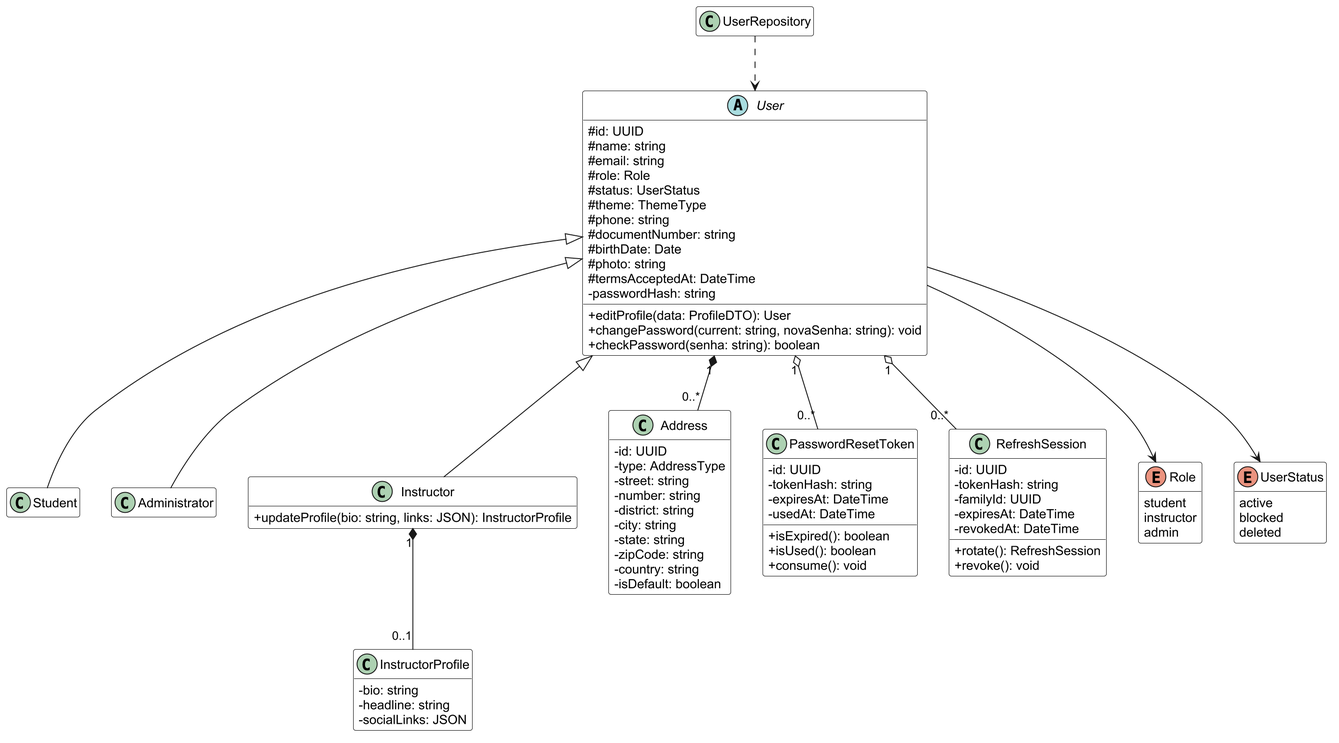
Plataforma-de-Cursos-TCC/plataforma-cursos-docs keeps this PlantUML diagram as especificacao/diagramas/13-classes-area-a-negocial.png. Above is the earlier version.
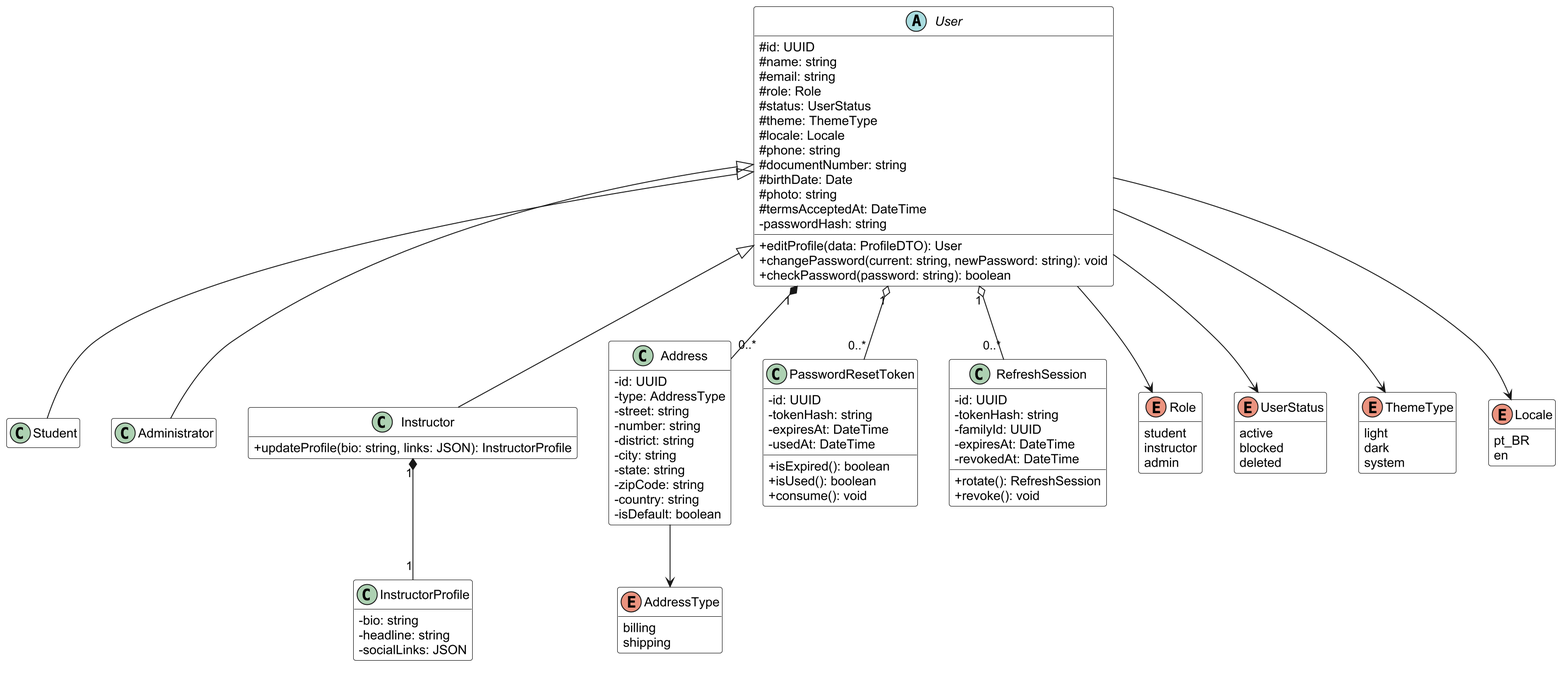
The same file after the commit.

Commit message:
docs(item-13): add DTOs, enums and i18n to the Area A class diagrams

Change to the diagram source:
```diff
@@ -17,6 +17,7 @@
     #role: Role
     #status: UserStatus
     #theme: ThemeType
+    #locale: Locale
     #phone: string
     #documentNumber: string
     #birthDate: Date
@@ -24,8 +25,8 @@
     #termsAcceptedAt: DateTime
     -passwordHash: string
     +editProfile(data: ProfileDTO): User
-    +changePassword(current: string, novaSenha: string): void
-    +checkPassword(senha: string): boolean
+    +changePassword(current: string, newPassword: string): void
+    +checkPassword(password: string): boolean
   }
   class Student
   class Administrator
@@ -77,15 +78,30 @@
     blocked
     deleted
   }
+  enum ThemeType {
+    light
+    dark
+    system
+  }
+  enum Locale {
+    pt_BR
+    en
+  }
+  enum AddressType {
+    billing
+    shipping
+  }
 
 User <|-- Student
 User <|-- Instructor
 User <|-- Administrator
 User "1" *-- "0..*" Address
-Instructor "1" *-- "0..1" InstructorProfile
+Instructor "1" *-- "1" InstructorProfile
 User "1" o-- "0..*" PasswordResetToken
 User "1" o-- "0..*" RefreshSession
 User --> Role
 User --> UserStatus
-UserRepository ..> User
+User --> ThemeType
+User --> Locale
+Address --> AddressType
 @enduml
```
